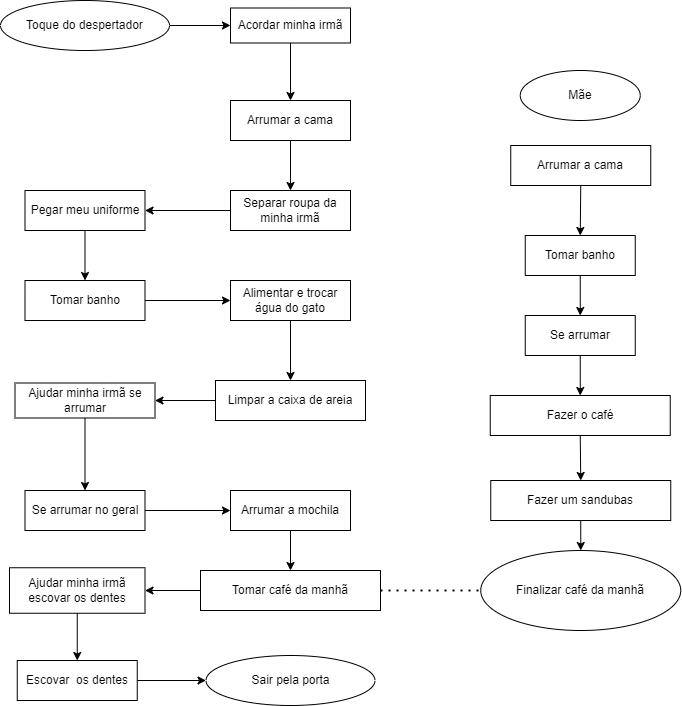
Earlier version of the draw.io export Atividade1.drawio.png (YasminTrembulack/draw.io). Source tidied: cells renumbered, new cells last; positions are measured from the earlier drawing's top-left corner, leaving out a move shared by most shapes.
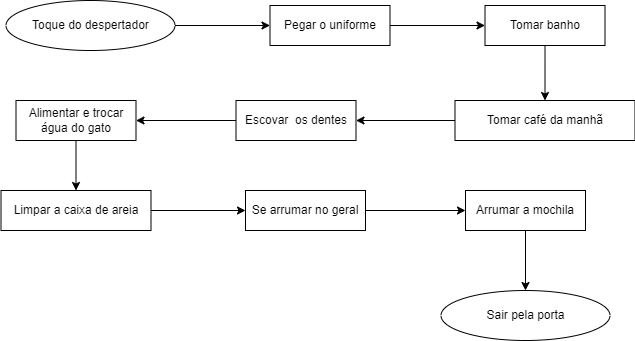
The same diagram one commit later.

The edit, as a diff of the source:
```diff
@@ -3,133 +3,64 @@
     <mxCell id="0" />
     <mxCell id="1" parent="0" />
     <mxCell id="2" value="Toque do despertador" style="ellipse;whiteSpace=wrap;html=1;" parent="1" vertex="1">
-      <mxGeometry width="169" height="50" as="geometry" />
+      <mxGeometry x="50.5" y="70" width="169" height="50" as="geometry" />
     </mxCell>
-    <mxCell id="3" value="Separar roupa da minha irmã" style="rounded=0;whiteSpace=wrap;html=1;" parent="1" vertex="1">
-      <mxGeometry x="230" y="190" width="120" height="40" as="geometry" />
+    <mxCell id="3" value="Pegar o uniforme" style="rounded=0;whiteSpace=wrap;html=1;" parent="1" vertex="1">
+      <mxGeometry x="314.5" y="75" width="120" height="40" as="geometry" />
     </mxCell>
-    <mxCell id="4" style="endArrow=classic;html=1;rounded=0;entryX=0;entryY=0.5;entryDx=0;entryDy=0;" parent="1" edge="1" source="2" target="21">
+    <mxCell id="4" style="endArrow=classic;html=1;rounded=0;exitX=1;exitY=0.5;exitDx=0;exitDy=0;entryX=0;entryY=0.5;entryDx=0;entryDy=0;" parent="1" edge="1" source="2" target="3">
       <mxGeometry relative="1" as="geometry" />
     </mxCell>
     <mxCell id="5" value="Tomar banho" style="rounded=0;whiteSpace=wrap;html=1;" parent="1" vertex="1">
-      <mxGeometry x="24.5" y="280" width="120" height="40" as="geometry" />
+      <mxGeometry x="529.5" y="75" width="120" height="40" as="geometry" />
     </mxCell>
-    <mxCell id="6" style="endArrow=classic;html=1;rounded=0;exitX=0.5;exitY=1;exitDx=0;exitDy=0;entryX=0.5;entryY=0;entryDx=0;entryDy=0;" parent="1" edge="1" source="27" target="3">
+    <mxCell id="6" style="endArrow=classic;html=1;rounded=0;exitX=1;exitY=0.5;exitDx=0;exitDy=0;entryX=0;entryY=0.5;entryDx=0;entryDy=0;" parent="1" edge="1" source="3" target="5">
       <mxGeometry relative="1" as="geometry" />
     </mxCell>
     <mxCell id="7" value="Tomar café da manhã" style="rounded=0;whiteSpace=wrap;html=1;" parent="1" vertex="1">
-      <mxGeometry x="200" y="570" width="180" height="40" as="geometry" />
+      <mxGeometry x="499.5" y="170" width="180" height="40" as="geometry" />
     </mxCell>
-    <mxCell id="8" style="endArrow=classic;html=1;rounded=0;exitX=1;exitY=0.5;exitDx=0;exitDy=0;entryX=0;entryY=0.5;entryDx=0;entryDy=0;" parent="1" edge="1" source="5" target="15">
+    <mxCell id="8" style="endArrow=classic;html=1;rounded=0;exitX=0.5;exitY=1;exitDx=0;exitDy=0;entryX=0.5;entryY=0;entryDx=0;entryDy=0;" parent="1" edge="1" source="5" target="7">
       <mxGeometry relative="1" as="geometry" />
     </mxCell>
+    <mxCell id="38" value="Escovar&amp;nbsp; os dentes" style="rounded=0;whiteSpace=wrap;html=1;" parent="1" vertex="1">
+      <mxGeometry x="280.5" y="170" width="120" height="40" as="geometry" />
+    </mxCell>
     <mxCell id="9" value="Se arrumar no geral" style="rounded=0;whiteSpace=wrap;html=1;" parent="1" vertex="1">
-      <mxGeometry x="24.5" y="490" width="120" height="40" as="geometry" />
+      <mxGeometry x="290" y="260" width="120" height="40" as="geometry" />
     </mxCell>
     <mxCell id="10" value="Arrumar a mochila" style="rounded=0;whiteSpace=wrap;html=1;" parent="1" vertex="1">
-      <mxGeometry x="230" y="490" width="120" height="40" as="geometry" />
+      <mxGeometry x="510" y="260" width="120" height="40" as="geometry" />
     </mxCell>
     <mxCell id="11" value="Sair pela porta" style="ellipse;whiteSpace=wrap;html=1;" parent="1" vertex="1">
-      <mxGeometry x="205.5" y="655" width="169" height="50" as="geometry" />
+      <mxGeometry x="485.5" y="360" width="169" height="50" as="geometry" />
     </mxCell>
-    <mxCell id="12" style="endArrow=classic;html=1;rounded=0;exitX=0.5;exitY=1;exitDx=0;exitDy=0;entryX=0.5;entryY=0;entryDx=0;entryDy=0;" parent="1" edge="1" source="23" target="5">
+    <mxCell id="12" style="endArrow=classic;html=1;rounded=0;exitX=0;exitY=0.5;exitDx=0;exitDy=0;entryX=1;entryY=0.5;entryDx=0;entryDy=0;" parent="1" edge="1" source="7" target="38">
       <mxGeometry relative="1" as="geometry" />
     </mxCell>
-    <mxCell id="13" style="endArrow=classic;html=1;rounded=0;exitX=1;exitY=0.5;exitDx=0;exitDy=0;entryX=0;entryY=0.5;entryDx=0;entryDy=0;" parent="1" edge="1" source="9" target="10">
+    <mxCell id="13" style="endArrow=classic;html=1;rounded=0;exitX=0;exitY=0.5;exitDx=0;exitDy=0;entryX=1;entryY=0.5;entryDx=0;entryDy=0;" parent="1" edge="1" source="38" target="15">
       <mxGeometry relative="1" as="geometry" />
     </mxCell>
-    <mxCell id="14" style="endArrow=classic;html=1;rounded=0;exitX=0.5;exitY=1;exitDx=0;exitDy=0;entryX=0.5;entryY=0;entryDx=0;entryDy=0;" parent="1" edge="1" source="29" target="30">
+    <mxCell id="14" style="endArrow=classic;html=1;rounded=0;exitX=1;exitY=0.5;exitDx=0;exitDy=0;entryX=0;entryY=0.5;entryDx=0;entryDy=0;" parent="1" edge="1" source="9" target="10">
       <mxGeometry relative="1" as="geometry" />
     </mxCell>
     <mxCell id="15" value="Alimentar e trocar água do gato" style="rounded=0;whiteSpace=wrap;html=1;" parent="1" vertex="1">
-      <mxGeometry x="230" y="280" width="120" height="40" as="geometry" />
+      <mxGeometry x="60.5" y="170" width="120" height="40" as="geometry" />
     </mxCell>
     <mxCell id="16" value="Limpar a caixa de areia" style="rounded=0;whiteSpace=wrap;html=1;" parent="1" vertex="1">
-      <mxGeometry x="215" y="380" width="150" height="40" as="geometry" />
+      <mxGeometry x="45.5" y="260" width="150" height="40" as="geometry" />
     </mxCell>
     <mxCell id="17" style="endArrow=classic;html=1;rounded=0;exitX=0.5;exitY=1;exitDx=0;exitDy=0;entryX=0.5;entryY=0;entryDx=0;entryDy=0;" parent="1" edge="1" source="15" target="16">
       <mxGeometry relative="1" as="geometry" />
     </mxCell>
-    <mxCell id="18" style="endArrow=classic;html=1;rounded=0;exitX=0;exitY=0.5;exitDx=0;exitDy=0;entryX=1;entryY=0.5;entryDx=0;entryDy=0;" parent="1" edge="1" source="16" target="26">
+    <mxCell id="18" style="endArrow=classic;html=1;rounded=0;entryX=0;entryY=0.5;entryDx=0;entryDy=0;exitX=1;exitY=0.5;exitDx=0;exitDy=0;" parent="1" edge="1" source="16" target="9">
       <mxGeometry relative="1" as="geometry" />
     </mxCell>
     <mxCell id="19" style="edgeStyle=orthogonalEdgeStyle;rounded=0;orthogonalLoop=1;jettySize=auto;html=1;exitX=0.5;exitY=1;exitDx=0;exitDy=0;" parent="1" edge="1" source="5" target="5">
       <mxGeometry relative="1" as="geometry" />
     </mxCell>
-    <mxCell id="20" style="endArrow=classic;html=1;rounded=0;entryX=0.5;entryY=0;entryDx=0;entryDy=0;exitX=0.5;exitY=1;exitDx=0;exitDy=0;" parent="1" edge="1" source="31" target="33">
+    <mxCell id="20" style="endArrow=classic;html=1;rounded=0;exitX=0.5;exitY=1;exitDx=0;exitDy=0;entryX=0.5;entryY=0;entryDx=0;entryDy=0;" parent="1" edge="1" source="10" target="11">
       <mxGeometry relative="1" as="geometry" />
     </mxCell>
-    <mxCell id="21" value="Acordar minha irmã" style="rounded=0;whiteSpace=wrap;html=1;" parent="1" vertex="1">
-      <mxGeometry x="230" y="7.5" width="120" height="35" as="geometry" />
-    </mxCell>
-    <mxCell id="22" style="endArrow=classic;html=1;rounded=0;exitX=0.5;exitY=1;exitDx=0;exitDy=0;entryX=0.5;entryY=0;entryDx=0;entryDy=0;" parent="1" edge="1" source="21" target="27">
-      <mxGeometry relative="1" as="geometry" />
-    </mxCell>
-    <mxCell id="23" value="Pegar meu uniforme" style="rounded=0;whiteSpace=wrap;html=1;" parent="1" vertex="1">
-      <mxGeometry x="24.5" y="190" width="120" height="40" as="geometry" />
-    </mxCell>
-    <mxCell id="24" style="endArrow=classic;html=1;rounded=0;entryX=1;entryY=0.5;entryDx=0;entryDy=0;exitX=0;exitY=0.5;exitDx=0;exitDy=0;" parent="1" edge="1" source="3" target="23">
-      <mxGeometry relative="1" as="geometry" />
-    </mxCell>
-    <mxCell id="25" style="endArrow=classic;html=1;rounded=0;exitX=0.5;exitY=1;exitDx=0;exitDy=0;entryX=0.5;entryY=0;entryDx=0;entryDy=0;" parent="1" edge="1" source="26" target="9">
-      <mxGeometry relative="1" as="geometry" />
-    </mxCell>
-    <mxCell id="26" value="Ajudar minha irmã se arrumar" style="rounded=0;whiteSpace=wrap;html=1;" parent="1" vertex="1">
-      <mxGeometry x="14.5" y="382.5" width="140" height="35" as="geometry" />
-    </mxCell>
-    <mxCell id="27" value="Arrumar a cama" style="rounded=0;whiteSpace=wrap;html=1;" parent="1" vertex="1">
-      <mxGeometry x="230" y="100" width="120" height="40" as="geometry" />
-    </mxCell>
-    <mxCell id="28" value="Mãe" style="ellipse;whiteSpace=wrap;html=1;" parent="1" vertex="1">
-      <mxGeometry x="519.8" y="70" width="120" height="50" as="geometry" />
-    </mxCell>
-    <mxCell id="29" value="Arrumar a cama" style="rounded=0;whiteSpace=wrap;html=1;" parent="1" vertex="1">
-      <mxGeometry x="510.2" y="145" width="140" height="40" as="geometry" />
-    </mxCell>
-    <mxCell id="30" value="Tomar banho" style="rounded=0;whiteSpace=wrap;html=1;" parent="1" vertex="1">
-      <mxGeometry x="524.8" y="235" width="110" height="40" as="geometry" />
-    </mxCell>
-    <mxCell id="31" value="Fazer o café" style="rounded=0;whiteSpace=wrap;html=1;" parent="1" vertex="1">
-      <mxGeometry x="489.8" y="395" width="180" height="40" as="geometry" />
-    </mxCell>
-    <mxCell id="32" style="endArrow=classic;html=1;rounded=0;entryX=0.5;entryY=0;entryDx=0;entryDy=0;exitX=0.5;exitY=1;exitDx=0;exitDy=0;" parent="1" edge="1" source="39" target="31">
-      <mxGeometry relative="1" as="geometry" />
-    </mxCell>
-    <mxCell id="33" value="Fazer um sandubas" style="rounded=0;whiteSpace=wrap;html=1;" parent="1" vertex="1">
-      <mxGeometry x="490.2" y="480" width="180" height="40" as="geometry" />
-    </mxCell>
-    <mxCell id="34" value="Ajudar minha irmã escovar os dentes" style="rounded=0;whiteSpace=wrap;html=1;" parent="1" vertex="1">
-      <mxGeometry x="9" y="567.2" width="135.5" height="45.5" as="geometry" />
-    </mxCell>
-    <mxCell id="35" value="Finalizar café da manhã" style="ellipse;whiteSpace=wrap;html=1;" parent="1" vertex="1">
-      <mxGeometry x="480.2" y="550" width="200" height="80" as="geometry" />
-    </mxCell>
-    <mxCell id="36" style="endArrow=classic;html=1;rounded=0;entryX=0.5;entryY=0;entryDx=0;entryDy=0;exitX=0.5;exitY=1;exitDx=0;exitDy=0;" parent="1" edge="1" source="33" target="35">
-      <mxGeometry relative="1" as="geometry" />
-    </mxCell>
-    <mxCell id="37" style="endArrow=classic;html=1;rounded=0;entryX=0.5;entryY=0;entryDx=0;entryDy=0;exitX=0.5;exitY=1;exitDx=0;exitDy=0;" parent="1" edge="1" source="10" target="7">
-      <mxGeometry relative="1" as="geometry" />
-    </mxCell>
-    <mxCell id="38" value="Escovar&amp;nbsp; os dentes" style="rounded=0;whiteSpace=wrap;html=1;" parent="1" vertex="1">
-      <mxGeometry x="16.8" y="660" width="120" height="40" as="geometry" />
-    </mxCell>
-    <mxCell id="39" value="Se arrumar" style="rounded=0;whiteSpace=wrap;html=1;" parent="1" vertex="1">
-      <mxGeometry x="524.8" y="315" width="110" height="40" as="geometry" />
-    </mxCell>
-    <mxCell id="40" style="endArrow=classic;html=1;rounded=0;entryX=0.5;entryY=0;entryDx=0;entryDy=0;exitX=0.5;exitY=1;exitDx=0;exitDy=0;" parent="1" edge="1" source="30" target="39">
-      <mxGeometry relative="1" as="geometry" />
-    </mxCell>
-    <mxCell id="41" style="endArrow=classic;html=1;rounded=0;entryX=1;entryY=0.5;entryDx=0;entryDy=0;exitX=0;exitY=0.5;exitDx=0;exitDy=0;" parent="1" edge="1" source="7" target="34">
-      <mxGeometry relative="1" as="geometry" />
-    </mxCell>
-    <mxCell id="42" style="endArrow=classic;html=1;rounded=0;entryX=0.5;entryY=0;entryDx=0;entryDy=0;exitX=0.5;exitY=1;exitDx=0;exitDy=0;" parent="1" edge="1" source="34" target="38">
-      <mxGeometry relative="1" as="geometry" />
-    </mxCell>
-    <mxCell id="43" style="endArrow=classic;html=1;rounded=0;entryX=0;entryY=0.5;entryDx=0;entryDy=0;exitX=1;exitY=0.5;exitDx=0;exitDy=0;" parent="1" edge="1" source="38" target="11">
-      <mxGeometry relative="1" as="geometry" />
-    </mxCell>
-    <mxCell id="44" style="endArrow=none;dashed=1;html=1;dashPattern=1 3;strokeWidth=2;rounded=0;entryX=0;entryY=0.5;entryDx=0;entryDy=0;exitX=1;exitY=0.5;exitDx=0;exitDy=0;" parent="1" edge="1" source="7" target="35">
-      <mxGeometry relative="1" as="geometry" />
-    </mxCell>
   </root>
 </mxGraphModel>
```
